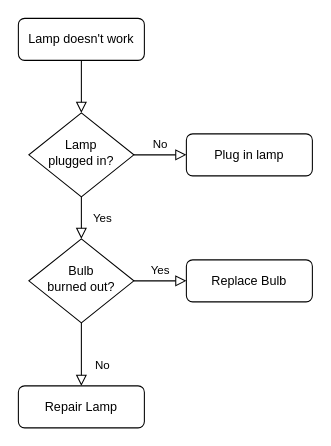
Before: Diagrama sin título.drawio in Laboratoria/DEV001-md-links, a draw.io diagram. Source tidied: cells renumbered, new cells numbered last; positions are measured from the earlier drawing's top-left corner, leaving out a move shared by most shapes. Both pictures are drawn from the tidied source at 105%, with x=0, y=0 at pixel (18, 18).
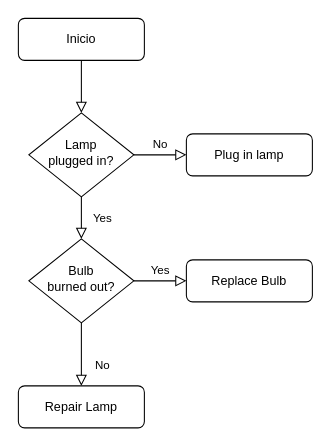
The same page after the edit.

Commit message:
Diagrama de flujo MD Links

Diff of the diagram source:
```diff
@@
 <mxGraphModel>
   <root>
     <mxCell id="0" />
     <mxCell id="1" parent="0" />
     <mxCell id="2" style="rounded=0;html=1;jettySize=auto;fontSize=11;endArrow=block;endFill=0;endSize=8;strokeWidth=1;shadow=0;labelBackgroundColor=none;edgeStyle=orthogonalEdgeStyle;" parent="1" edge="1" source="3" target="6">
       <mxGeometry relative="1" as="geometry" />
     </mxCell>
-    <mxCell id="3" value="Lamp doesn't work" style="rounded=1;whiteSpace=wrap;html=1;fontSize=12;glass=0;strokeWidth=1;shadow=0;" parent="1" vertex="1">
+    <mxCell id="3" value="Inicio&lt;br&gt;" style="rounded=1;whiteSpace=wrap;html=1;fontSize=12;glass=0;strokeWidth=1;shadow=0;" parent="1" vertex="1">
       <mxGeometry width="120" height="40" as="geometry" />
     </mxCell>
     <mxCell id="4" value="Yes" style="rounded=0;html=1;jettySize=auto;fontSize=11;endArrow=block;endFill=0;endSize=8;strokeWidth=1;shadow=0;labelBackgroundColor=none;edgeStyle=orthogonalEdgeStyle;" parent="1" edge="1" source="6" target="10">
       <mxGeometry y="20" relative="1" as="geometry" />
     </mxCell>
     <mxCell id="5" value="No" style="edgeStyle=orthogonalEdgeStyle;rounded=0;html=1;jettySize=auto;fontSize=11;endArrow=block;endFill=0;endSize=8;strokeWidth=1;shadow=0;labelBackgroundColor=none;" parent="1" edge="1" source="6" target="7">
       <mxGeometry y="10" relative="1" as="geometry" />
     </mxCell>
     <mxCell id="6" value="Lamp&lt;br&gt;plugged in?" style="rhombus;whiteSpace=wrap;html=1;shadow=0;fontFamily=Helvetica;fontSize=12;align=center;strokeWidth=1;spacing=6;spacingTop=-4;" parent="1" vertex="1">
       <mxGeometry x="10" y="90" width="100" height="80" as="geometry" />
     </mxCell>
     <mxCell id="7" value="Plug in lamp" style="rounded=1;whiteSpace=wrap;html=1;fontSize=12;glass=0;strokeWidth=1;shadow=0;" parent="1" vertex="1">
       <mxGeometry x="160" y="110" width="120" height="40" as="geometry" />
     </mxCell>
     <mxCell id="8" value="No" style="rounded=0;html=1;jettySize=auto;fontSize=11;endArrow=block;endFill=0;endSize=8;strokeWidth=1;shadow=0;labelBackgroundColor=none;edgeStyle=orthogonalEdgeStyle;" parent="1" edge="1" source="10" target="11">
       <mxGeometry x="0.33" y="20" relative="1" as="geometry" />
     </mxCell>
     <mxCell id="9" value="Yes" style="edgeStyle=orthogonalEdgeStyle;rounded=0;html=1;jettySize=auto;fontSize=11;endArrow=block;endFill=0;endSize=8;strokeWidth=1;shadow=0;labelBackgroundColor=none;" parent="1" edge="1" source="10" target="12">
       <mxGeometry y="10" relative="1" as="geometry" />
     </mxCell>
     <mxCell id="10" value="Bulb&lt;br&gt;burned out?" style="rhombus;whiteSpace=wrap;html=1;shadow=0;fontFamily=Helvetica;fontSize=12;align=center;strokeWidth=1;spacing=6;spacingTop=-4;" parent="1" vertex="1">
       <mxGeometry x="10" y="210" width="100" height="80" as="geometry" />
     </mxCell>
     <mxCell id="11" value="Repair Lamp" style="rounded=1;whiteSpace=wrap;html=1;fontSize=12;glass=0;strokeWidth=1;shadow=0;" parent="1" vertex="1">
       <mxGeometry y="350" width="120" height="40" as="geometry" />
     </mxCell>
     <mxCell id="12" value="Replace Bulb" style="rounded=1;whiteSpace=wrap;html=1;fontSize=12;glass=0;strokeWidth=1;shadow=0;" parent="1" vertex="1">
       <mxGeometry x="160" y="230" width="120" height="40" as="geometry" />
     </mxCell>
   </root>
 </mxGraphModel>
```
